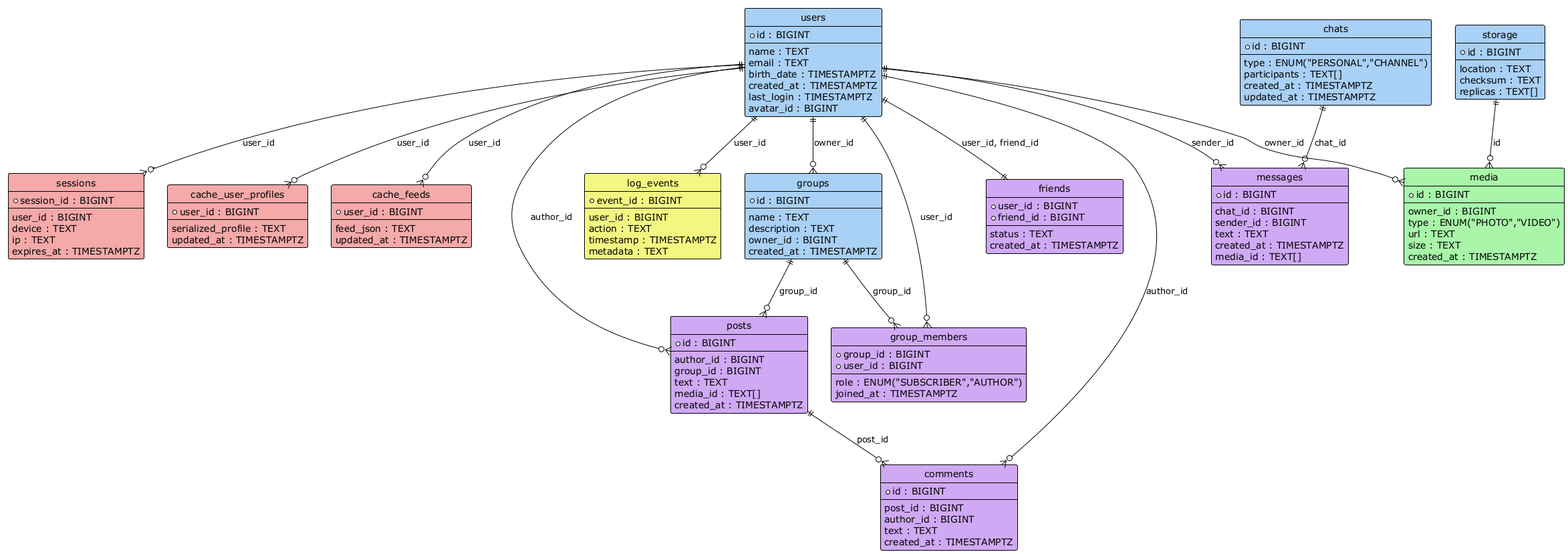
The PlantUML diagram physical_ERD.png in BelyaevIvan/highload_vk_technopark, before a commit. Its diagram source:
```plantuml
@startuml

!theme plain

hide circle
hide methods
hide stereotypes

entity "users" as users <<PostgreSQL>> #A9D0F5 {
  *id : BIGINT
  --
  name : TEXT
  email : TEXT
  birth_date : TIMESTAMPTZ
  created_at : TIMESTAMPTZ
  last_login : TIMESTAMPTZ
  avatar_id : BIGINT
}

entity "groups" as groups <<PostgreSQL>> #A9D0F5 {
  *id : BIGINT
  --
  name : TEXT
  description : TEXT
  owner_id : BIGINT
  created_at : TIMESTAMPTZ
}

entity "chats" as chats <<PostgreSQL>> #A9D0F5 {
  *id : BIGINT
  --
  type : ENUM("PERSONAL","CHANNEL")
  participants : TEXT[]
  created_at : TIMESTAMPTZ
  updated_at : TIMESTAMPTZ
}

entity "storage" as storage <<PostgreSQL>> #A9D0F5 {
  *id : BIGINT
  --
  location : TEXT
  checksum : TEXT
  replicas : TEXT[]
}

entity "friends" as friends <<Cassandra>> #D0A9F5 {
  *user_id : BIGINT
  *friend_id : BIGINT
  --
  status : TEXT
  created_at : TIMESTAMPTZ
}

entity "group_members" as group_members <<Cassandra>> #D0A9F5 {
  *group_id : BIGINT
  *user_id : BIGINT
  --
  role : ENUM("SUBSCRIBER","AUTHOR")
  joined_at : TIMESTAMPTZ
}

entity "posts" as posts <<Cassandra>> #D0A9F5 {
  *id : BIGINT
  --
  author_id : BIGINT
  group_id : BIGINT
  text : TEXT
  media_id : TEXT[]
  created_at : TIMESTAMPTZ
}

entity "comments" as comments <<Cassandra>> #D0A9F5 {
  *id : BIGINT
  --
  post_id : BIGINT
  author_id : BIGINT
  text : TEXT
  created_at : TIMESTAMPTZ
}

entity "messages" as messages <<Cassandra>> #D0A9F5 {
  *id : BIGINT
  --
  chat_id : BIGINT
  sender_id : BIGINT
  text : TEXT
  created_at : TIMESTAMPTZ
  media_id : TEXT[]
}

entity "sessions" as sessions <<Redis>> #F5A9A9 {
  *session_id : BIGINT
  --
  user_id : BIGINT
  device : TEXT
  ip : TEXT
  expires_at : TIMESTAMPTZ
}

entity "cache_user_profiles" as cache_user_profiles <<Redis>> #F5A9A9 {
  *user_id : BIGINT
  --
  serialized_profile : TEXT
  updated_at : TIMESTAMPTZ
}

entity "cache_feeds" as cache_feeds <<Redis>> #F5A9A9 {
  *user_id : BIGINT
  --
  feed_json : TEXT
  updated_at : TIMESTAMPTZ
}

entity "media" as media <<Ceph/S3>> #A9F5A9 {
  *id : BIGINT
  --
  owner_id : BIGINT
  type : ENUM("PHOTO","VIDEO")
  url : TEXT
  size : TEXT
  created_at : TIMESTAMPTZ
}

entity "log_events" as log_events <<ClickHouse>> #F3F781 {
  *event_id : BIGINT
  --
  user_id : BIGINT
  action : TEXT
  timestamp : TIMESTAMPTZ
  metadata : TEXT
}

users ||--o{ log_events : "user_id"

users ||--o{ sessions : "user_id"

users ||--|| friends : "user_id, friend_id"

users ||--o{ comments : "author_id"

users ||--o{ posts : "author_id"

group_members }o--|| users : "user_id"

users ||--o{ groups : "owner_id"

users ||--o{ cache_user_profiles : "user_id"

users ||--o{ cache_feeds : "user_id"

users ||--o{ messages : "sender_id"

users ||--o{ media : "owner_id"

posts ||--o{ comments : "post_id"

groups ||--o{ posts : "group_id"

groups ||--o{ group_members : "group_id"

chats ||--o{ messages : "chat_id"

storage ||--o{ media : "id"

@enduml
```
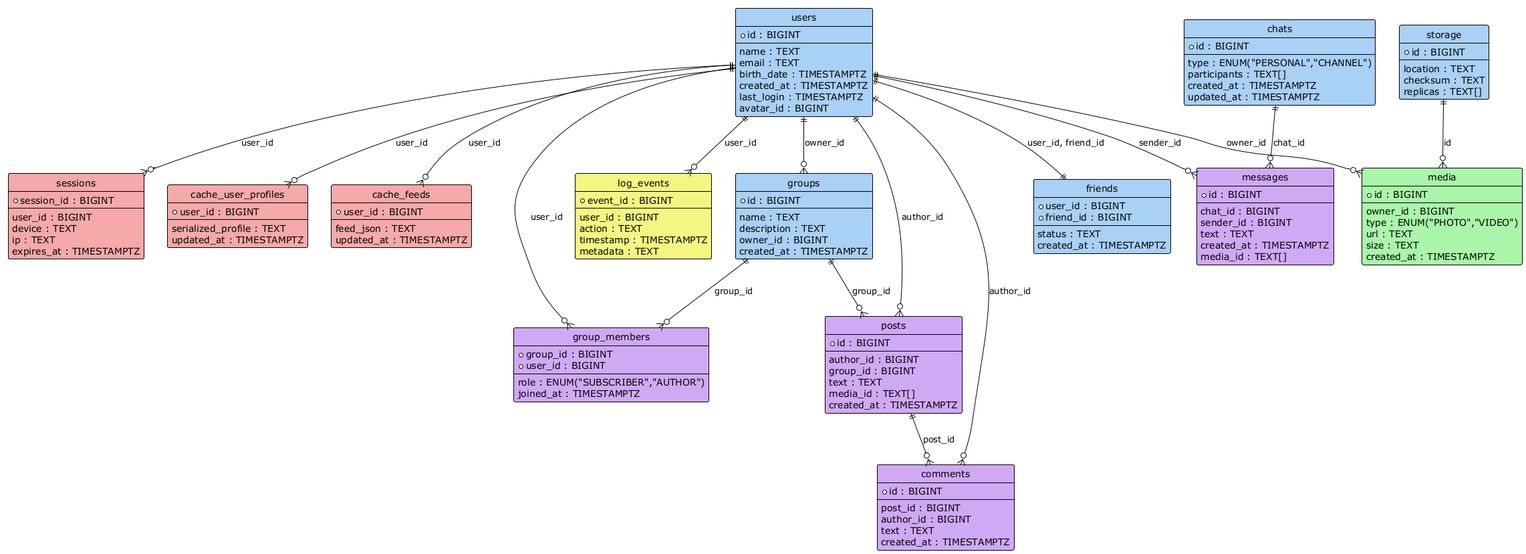
The same diagram one commit later.

The edit, as a diff of the source:
```diff
@@ -15,6 +15,14 @@
   created_at : TIMESTAMPTZ
   last_login : TIMESTAMPTZ
   avatar_id : BIGINT
+}
+
+entity "friends" as friends <<PostgreSQL>> #A9D0F5 {
+  *user_id : BIGINT
+  *friend_id : BIGINT
+  --
+  status : TEXT
+  created_at : TIMESTAMPTZ
 }
 
 entity "groups" as groups <<PostgreSQL>> #A9D0F5 {
@@ -41,14 +49,6 @@
   location : TEXT
   checksum : TEXT
   replicas : TEXT[]
-}
-
-entity "friends" as friends <<Cassandra>> #D0A9F5 {
-  *user_id : BIGINT
-  *friend_id : BIGINT
-  --
-  status : TEXT
-  created_at : TIMESTAMPTZ
 }
 
 entity "group_members" as group_members <<Cassandra>> #D0A9F5 {
```
